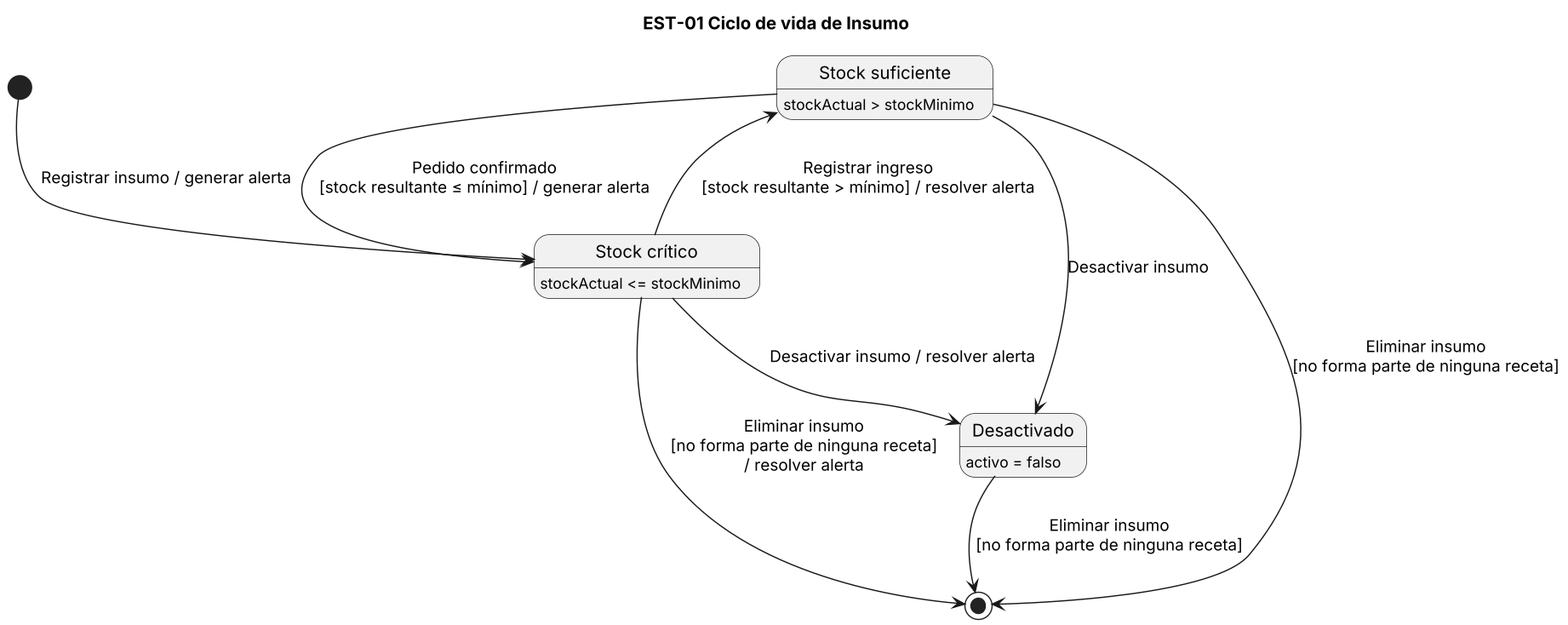
The PlantUML diagram diagramas/est-01.png in lambtto/Gestor-Inventario-Brookie, before a commit.
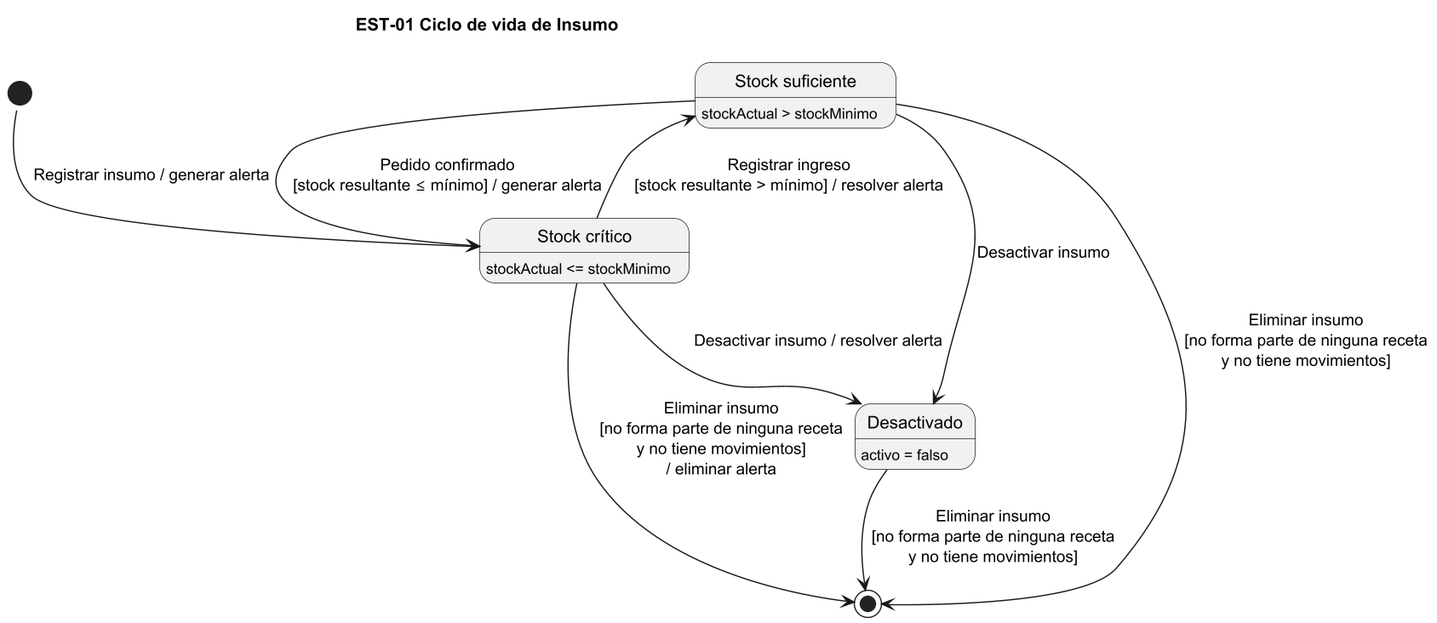
Later version of the same file.

Diff of the diagram source:
```diff
@@ -1,4 +1,5 @@
 @startuml est-01
+!pragma layout smetana
 title EST-01 Ciclo de vida de Insumo
 skinparam dpi 140
 state "Stock suficiente" as Suf
@@ -14,7 +15,7 @@
 Cri --> Suf : Registrar ingreso\n[stock resultante > mínimo] / resolver alerta
 Suf --> Des : Desactivar insumo
 Cri --> Des : Desactivar insumo / resolver alerta
-Suf --> [*] : Eliminar insumo\n[no forma parte de ninguna receta]
-Cri --> [*] : Eliminar insumo\n[no forma parte de ninguna receta]\n/ resolver alerta
-Des --> [*] : Eliminar insumo\n[no forma parte de ninguna receta]
+Suf --> [*] : Eliminar insumo\n[no forma parte de ninguna receta\ny no tiene movimientos]
+Cri --> [*] : Eliminar insumo\n[no forma parte de ninguna receta\ny no tiene movimientos]\n/ eliminar alerta
+Des --> [*] : Eliminar insumo\n[no forma parte de ninguna receta\ny no tiene movimientos]
 @enduml
```
